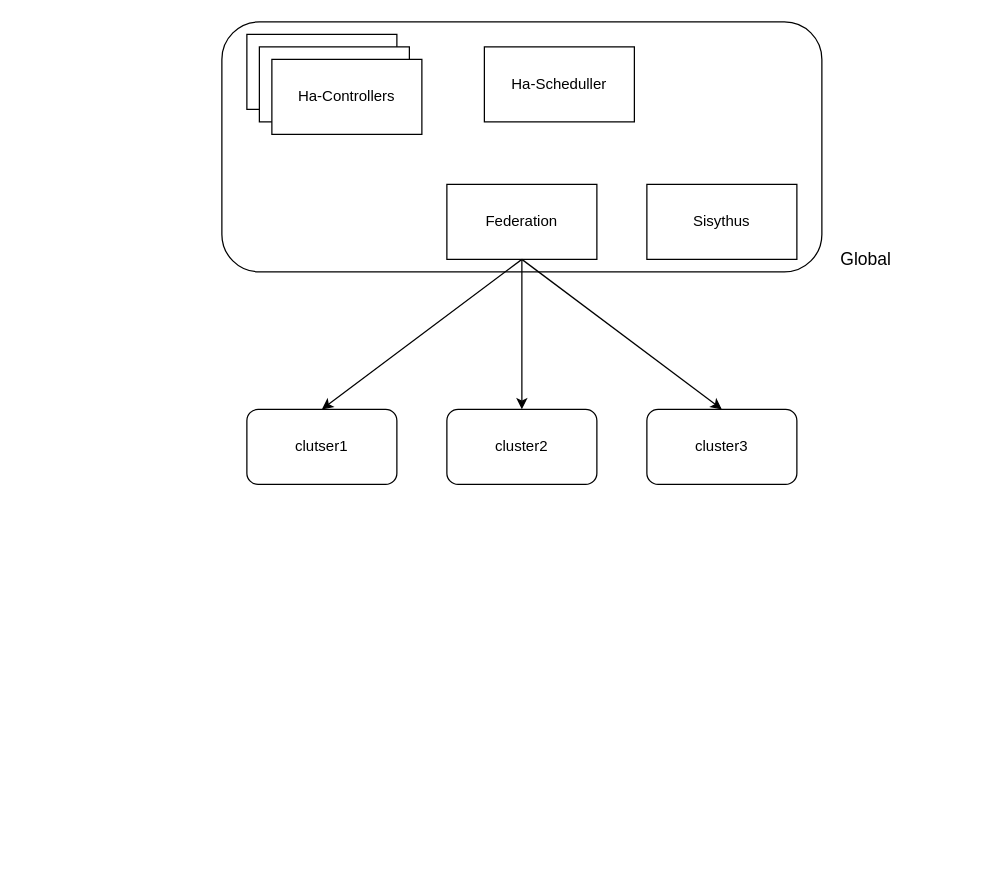
Before: page "Page-1" (1 of 3) of cloud-edge-softarch.drawio in ssider/system_designs, a draw.io diagram. Source tidied: cells renumbered, new cells numbered last; positions are measured from the earlier drawing's top-left corner, leaving out a move shared by most shapes. Both pictures are drawn from the tidied source at 125%, with x=0, y=0 at pixel (221, 21).
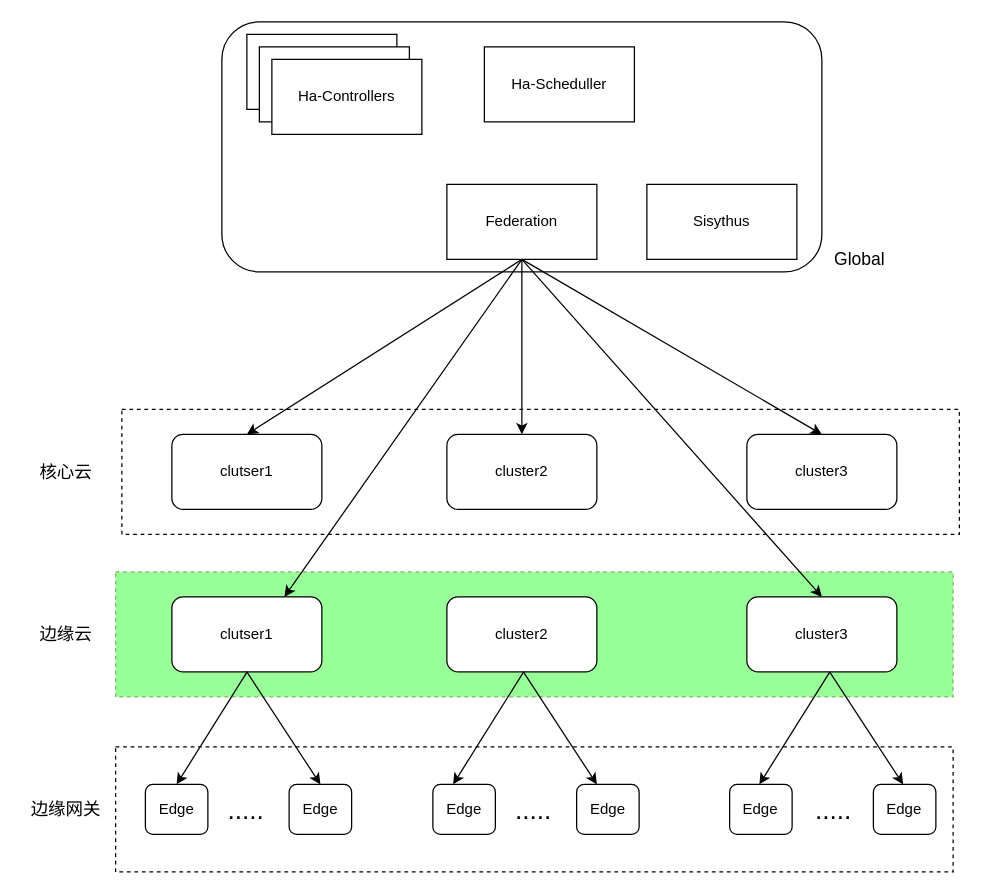
The same page after the edit.

Unchanged cells that the change refers to:
```xml
<mxCell id="11" value="Federation" style="rounded=0;whiteSpace=wrap;html=1;" parent="1" vertex="1">
  <mxGeometry x="180" y="130" width="120" height="60" as="geometry" />
</mxCell>
```

The edit, as a diff of the source:
```diff
@@
+    <mxCell id="16" style="rounded=0;whiteSpace=wrap;html=1;dashed=1;strokeColor=#82b366;glass=0;shadow=0;fillColor=#99FF99;" parent="1" vertex="1">
+      <mxGeometry x="-85" y="440" width="670" height="100" as="geometry" />
+    </mxCell>
+    <mxCell id="17" style="rounded=0;whiteSpace=wrap;html=1;fillColor=none;dashed=1;" parent="1" vertex="1">
+      <mxGeometry x="-85" y="580" width="670" height="100" as="geometry" />
+    </mxCell>
@@
     <mxCell id="3" value="&lt;font style=&quot;font-size: 14px&quot;&gt;Global&lt;/font&gt;" style="text;html=1;align=center;verticalAlign=middle;fillColor=none;strokeColor=none;rounded=0;" parent="1" vertex="1">
-      <mxGeometry x="485" y="180" width="60" height="20" as="geometry" />
+      <mxGeometry x="480" y="180" width="60" height="20" as="geometry" />
     </mxCell>
@@
     <mxCell id="8" value="clutser1" style="rounded=1;whiteSpace=wrap;html=1;" parent="1" vertex="1">
-      <mxGeometry x="20" y="310" width="120" height="60" as="geometry" />
+      <mxGeometry x="-40" y="330" width="120" height="60" as="geometry" />
     </mxCell>
     <mxCell id="9" value="cluster2" style="rounded=1;whiteSpace=wrap;html=1;" parent="1" vertex="1">
-      <mxGeometry x="180" y="310" width="120" height="60" as="geometry" />
+      <mxGeometry x="180" y="330" width="120" height="60" as="geometry" />
     </mxCell>
     <mxCell id="10" value="cluster3" style="rounded=1;whiteSpace=wrap;html=1;" parent="1" vertex="1">
-      <mxGeometry x="340" y="310" width="120" height="60" as="geometry" />
+      <mxGeometry x="420" y="330" width="120" height="60" as="geometry" />
     </mxCell>
@@
+    <mxCell id="18" value="Edge" style="rounded=1;whiteSpace=wrap;html=1;" parent="1" vertex="1">
+      <mxGeometry x="-61.2" y="610" width="50" height="40" as="geometry" />
+    </mxCell>
+    <mxCell id="19" value="&lt;span&gt;Edge&lt;/span&gt;" style="rounded=1;whiteSpace=wrap;html=1;" parent="1" vertex="1">
+      <mxGeometry x="53.8" y="610" width="50" height="40" as="geometry" />
+    </mxCell>
+    <mxCell id="20" value="&lt;span&gt;Edge&lt;/span&gt;" style="rounded=1;whiteSpace=wrap;html=1;" parent="1" vertex="1">
+      <mxGeometry x="168.8" y="610" width="50" height="40" as="geometry" />
+    </mxCell>
+    <mxCell id="21" value="&lt;span&gt;Edge&lt;/span&gt;" style="rounded=1;whiteSpace=wrap;html=1;" parent="1" vertex="1">
+      <mxGeometry x="283.8" y="610" width="50" height="40" as="geometry" />
+    </mxCell>
+    <mxCell id="22" value="&lt;span&gt;Edge&lt;/span&gt;" style="rounded=1;whiteSpace=wrap;html=1;" parent="1" vertex="1">
+      <mxGeometry x="406.2" y="610" width="50" height="40" as="geometry" />
+    </mxCell>
+    <mxCell id="23" value="&lt;span&gt;Edge&lt;/span&gt;" style="rounded=1;whiteSpace=wrap;html=1;" parent="1" vertex="1">
+      <mxGeometry x="521.2" y="610" width="50" height="40" as="geometry" />
+    </mxCell>
+    <mxCell id="24" value="&lt;font style=&quot;font-size: 21px&quot;&gt;.....&lt;/font&gt;" style="text;html=1;align=center;verticalAlign=middle;fillColor=none;strokeColor=none;rounded=0;" parent="1" vertex="1">
+      <mxGeometry x="-1.2" y="620" width="40" height="20" as="geometry" />
+    </mxCell>
+    <mxCell id="25" value="&lt;font style=&quot;font-size: 21px&quot;&gt;.....&lt;/font&gt;" style="text;html=1;align=center;verticalAlign=middle;fillColor=none;strokeColor=none;rounded=0;" parent="1" vertex="1">
+      <mxGeometry x="228.8" y="620" width="40" height="20" as="geometry" />
+    </mxCell>
+    <mxCell id="26" value="&lt;font style=&quot;font-size: 21px&quot;&gt;.....&lt;/font&gt;" style="text;html=1;align=center;verticalAlign=middle;fillColor=none;strokeColor=none;rounded=0;" parent="1" vertex="1">
+      <mxGeometry x="468.8" y="620" width="40" height="20" as="geometry" />
+    </mxCell>
+    <mxCell id="27" value="clutser1" style="rounded=1;whiteSpace=wrap;html=1;" parent="1" vertex="1">
+      <mxGeometry x="-40" y="460" width="120" height="60" as="geometry" />
+    </mxCell>
+    <mxCell id="28" value="cluster2" style="rounded=1;whiteSpace=wrap;html=1;" parent="1" vertex="1">
+      <mxGeometry x="180" y="460" width="120" height="60" as="geometry" />
+    </mxCell>
+    <mxCell id="29" value="cluster3" style="rounded=1;whiteSpace=wrap;html=1;" parent="1" vertex="1">
+      <mxGeometry x="420" y="460" width="120" height="60" as="geometry" />
+    </mxCell>
+    <mxCell id="30" style="rounded=0;whiteSpace=wrap;html=1;fillColor=none;dashed=1;" parent="1" vertex="1">
+      <mxGeometry x="-80" y="310" width="670" height="100" as="geometry" />
+    </mxCell>
+    <mxCell id="31" value="&lt;font style=&quot;font-size: 14px&quot;&gt;核心云&lt;/font&gt;" style="text;html=1;align=center;verticalAlign=middle;fillColor=none;strokeColor=none;rounded=0;dashed=1;" parent="1" vertex="1">
+      <mxGeometry x="-155" y="350" width="60" height="20" as="geometry" />
+    </mxCell>
+    <mxCell id="32" value="&lt;font style=&quot;font-size: 14px&quot;&gt;边缘云&lt;/font&gt;" style="text;html=1;align=center;verticalAlign=middle;fillColor=none;strokeColor=none;rounded=0;dashed=1;" parent="1" vertex="1">
+      <mxGeometry x="-155" y="480" width="60" height="20" as="geometry" />
+    </mxCell>
+    <mxCell id="33" value="&lt;font style=&quot;font-size: 14px&quot;&gt;边缘网关&lt;/font&gt;" style="text;html=1;align=center;verticalAlign=middle;fillColor=none;strokeColor=none;rounded=0;dashed=1;" parent="1" vertex="1">
+      <mxGeometry x="-160" y="620" width="70" height="20" as="geometry" />
+    </mxCell>
+    <mxCell id="34" style="endArrow=classic;html=1;exitX=0.157;exitY=0.8;exitDx=0;exitDy=0;exitPerimeter=0;entryX=0.5;entryY=0;entryDx=0;entryDy=0;" parent="1" edge="1" source="16" target="18">
+      <mxGeometry relative="1" as="geometry" />
+    </mxCell>
+    <mxCell id="35" style="endArrow=classic;html=1;entryX=0.5;entryY=0;entryDx=0;entryDy=0;" parent="1" edge="1" target="19">
+      <mxGeometry relative="1" as="geometry">
+        <mxPoint x="20" y="520" as="sourcePoint" />
+      </mxGeometry>
+    </mxCell>
+    <mxCell id="36" style="endArrow=classic;html=1;exitX=0.157;exitY=0.8;exitDx=0;exitDy=0;exitPerimeter=0;entryX=0.5;entryY=0;entryDx=0;entryDy=0;" parent="1" edge="1">
+      <mxGeometry relative="1" as="geometry">
+        <mxPoint x="241.4" y="520" as="sourcePoint" />
+        <mxPoint x="185" y="610" as="targetPoint" />
+      </mxGeometry>
+    </mxCell>
+    <mxCell id="37" style="endArrow=classic;html=1;entryX=0.5;entryY=0;entryDx=0;entryDy=0;" parent="1" edge="1">
+      <mxGeometry relative="1" as="geometry">
+        <mxPoint x="241.2" y="520" as="sourcePoint" />
+        <mxPoint x="300" y="610" as="targetPoint" />
+      </mxGeometry>
+    </mxCell>
+    <mxCell id="38" style="endArrow=classic;html=1;exitX=0.157;exitY=0.8;exitDx=0;exitDy=0;exitPerimeter=0;entryX=0.5;entryY=0;entryDx=0;entryDy=0;" parent="1" edge="1">
+      <mxGeometry relative="1" as="geometry">
+        <mxPoint x="486.4" y="520" as="sourcePoint" />
+        <mxPoint x="430" y="610" as="targetPoint" />
+      </mxGeometry>
+    </mxCell>
+    <mxCell id="39" style="endArrow=classic;html=1;entryX=0.5;entryY=0;entryDx=0;entryDy=0;" parent="1" edge="1">
+      <mxGeometry relative="1" as="geometry">
+        <mxPoint x="486.2" y="520" as="sourcePoint" />
+        <mxPoint x="545" y="610" as="targetPoint" />
+      </mxGeometry>
+    </mxCell>
+    <mxCell id="40" style="endArrow=classic;html=1;entryX=0.75;entryY=0;entryDx=0;entryDy=0;" parent="1" edge="1" target="27">
+      <mxGeometry relative="1" as="geometry">
+        <mxPoint x="240" y="190" as="sourcePoint" />
+      </mxGeometry>
+    </mxCell>
+    <mxCell id="41" style="endArrow=classic;html=1;entryX=0.5;entryY=0;entryDx=0;entryDy=0;exitX=0.5;exitY=1;exitDx=0;exitDy=0;" parent="1" edge="1" source="11" target="29">
+      <mxGeometry relative="1" as="geometry" />
+    </mxCell>
```
